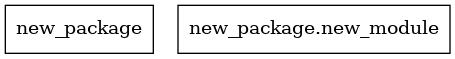
The Graphviz diagram {{cookiecutter.project_slug}}/docs/uml/diagrams/packages_{{cookiecutter.package_name}}.png in nullhack/python-project-template, before a commit. Its source is kept beside it as {{cookiecutter.project_slug}}/docs/uml/artifacts/packages_{{cookiecutter.package_name}}.dot.
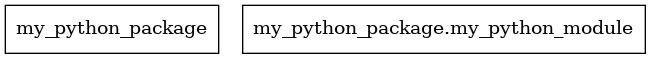
Above is the later version.

The edit, as a diff of the source:
```diff
@@ -1,6 +1,6 @@
-digraph "packages_new_package" {
+digraph "packages_my_python_package" {
 rankdir=BT
 charset="utf-8"
-"new_package" [color="black", label="new_package", shape="box", style="solid"];
-"new_package.new_module" [color="black", label="new_package.new_module", shape="box", style="solid"];
+"my_python_package" [color="black", label="my_python_package", shape="box", style="solid"];
+"my_python_package.my_python_module" [color="black", label="my_python_package.my_python_module", shape="box", style="solid"];
 }
```
